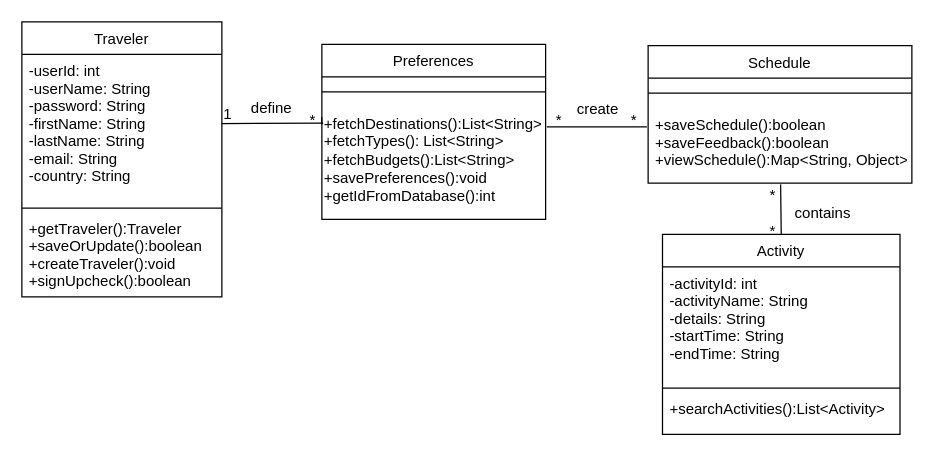
Above: Diagrams/FinalClassDiagram.drawio in EleftheriaKoutsiouri/Scheduluxe (draw.io), before the change. Source tidied: cells renumbered, new cells numbered last; positions are measured from the earlier drawing's top-left corner, leaving out a move shared by most shapes. Both pictures are drawn from the tidied source at 125%, with x=0, y=0 at pixel (21, 21).
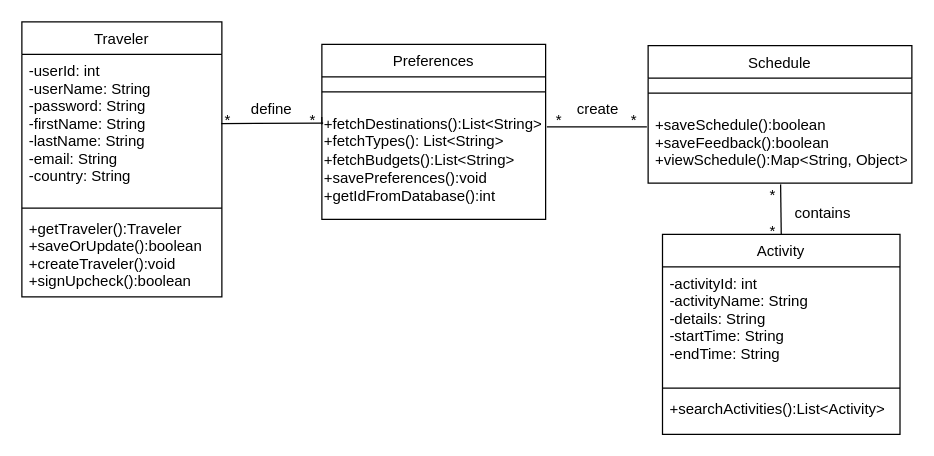
The same diagram, later.

The edit, as a diff of the source:
```diff
@@
-    <mxCell id="10" value="1" style="text;html=1;strokeColor=none;fillColor=none;align=center;verticalAlign=middle;whiteSpace=wrap;rounded=0;" parent="1" vertex="1">
-      <mxGeometry x="160" y="69" width="10" height="10" as="geometry" />
+    <mxCell id="10" value="*" style="text;html=1;strokeColor=none;fillColor=none;align=center;verticalAlign=middle;whiteSpace=wrap;rounded=0;" parent="1" vertex="1">
+      <mxGeometry x="160" y="74" width="10" height="10" as="geometry" />
     </mxCell>
@@
     <mxCell id="23" value="define" style="text;html=1;strokeColor=none;fillColor=none;align=center;verticalAlign=middle;whiteSpace=wrap;rounded=0;" parent="1" vertex="1">
-      <mxGeometry x="170" y="54" width="60" height="30" as="geometry" />
+      <mxGeometry x="170" y="54.5" width="60" height="30" as="geometry" />
     </mxCell>
```
